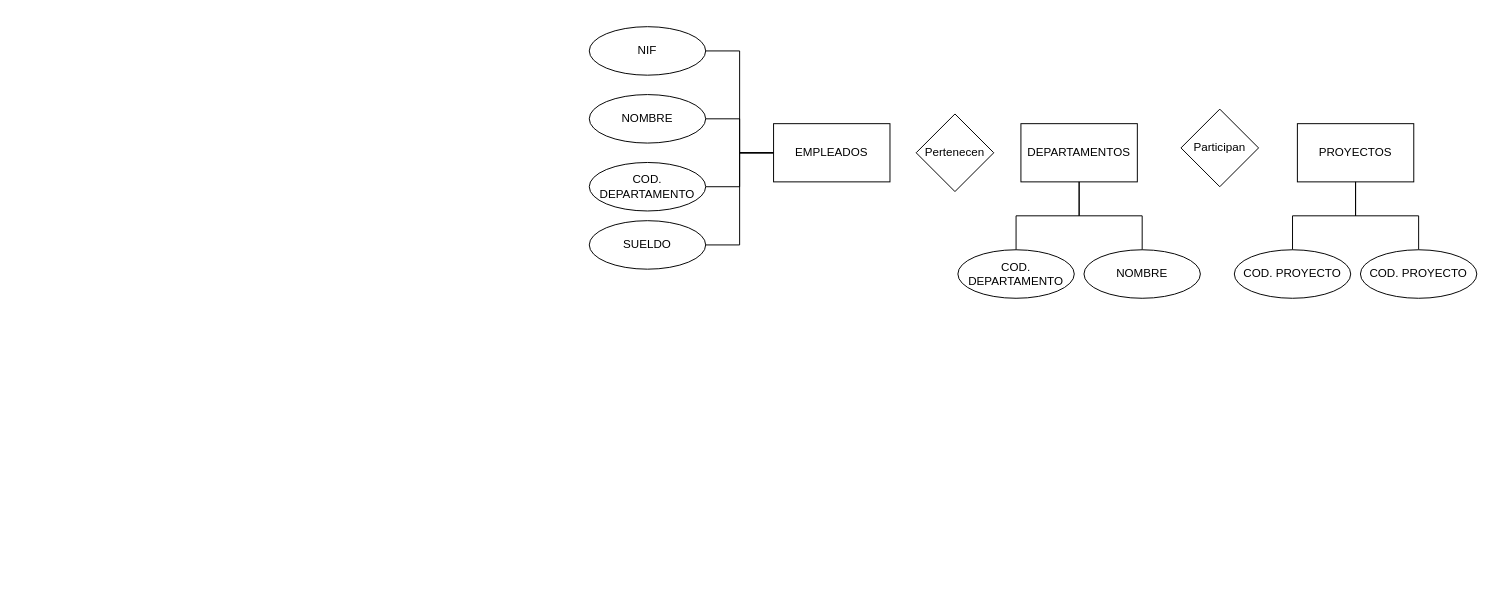
Before: Untitled Diagram.drawio in Fonsy/BBDD2021, a draw.io diagram. Source tidied: cells renumbered, new cells numbered last; positions are measured from the earlier drawing's top-left corner, leaving out a move shared by most shapes. Both pictures are drawn from the tidied source at 97%, with x=0, y=0 at pixel (589, 26).
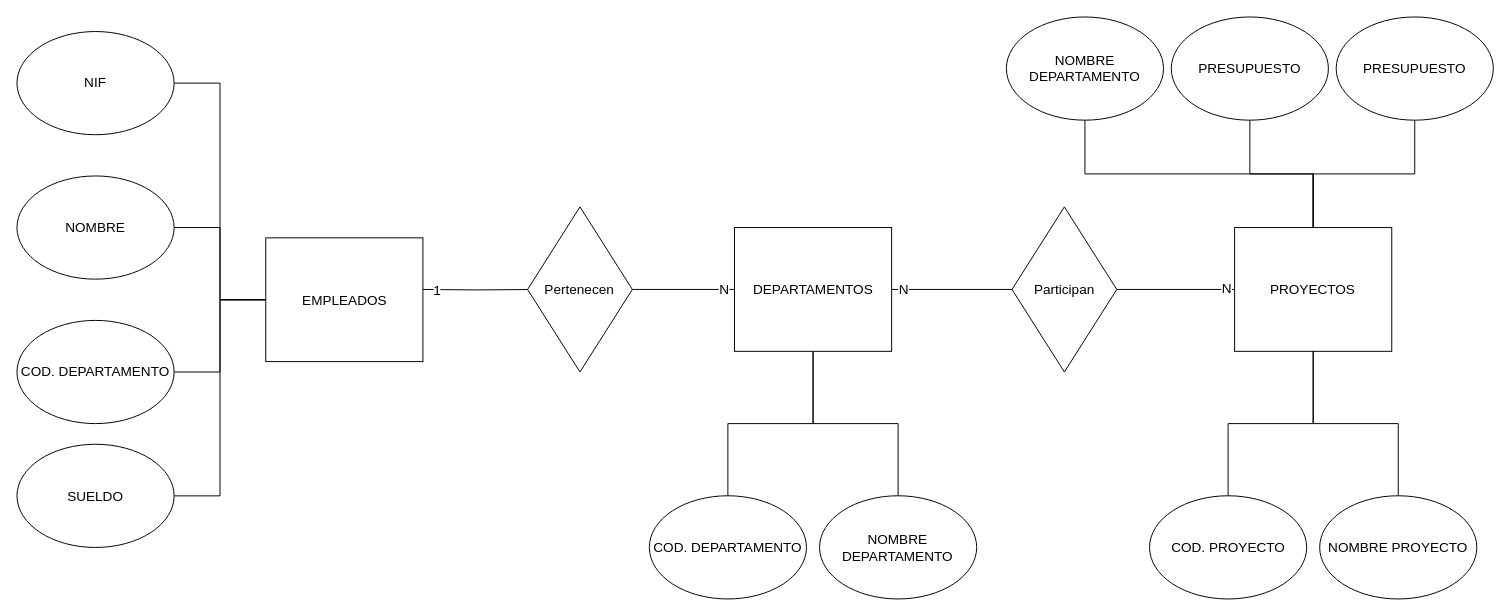
Above is the later version.

Diff of the diagram source:
```diff
@@
-    <mxCell id="2" value="DEPARTAMENTOS" style="rounded=0;whiteSpace=wrap;html=1;" parent="1" vertex="1">
-      <mxGeometry x="445" y="100" width="120" height="60" as="geometry" />
+    <mxCell id="2" value="DEPARTAMENTOS" style="rounded=0;whiteSpace=wrap;html=1;fontSize=14;" parent="1" vertex="1">
+      <mxGeometry x="149.7" y="207.1" width="162" height="127.6" as="geometry" />
     </mxCell>
-    <mxCell id="3" value="PROYECTOS" style="rounded=0;whiteSpace=wrap;html=1;" parent="1" vertex="1">
-      <mxGeometry x="730" y="100" width="120" height="60" as="geometry" />
+    <mxCell id="3" value="PROYECTOS" style="rounded=0;whiteSpace=wrap;html=1;fontSize=14;" parent="1" vertex="1">
+      <mxGeometry x="665.3" y="207.1" width="162" height="127.6" as="geometry" />
     </mxCell>
+    <mxCell id="23" style="edgeStyle=orthogonalEdgeStyle;rounded=0;jettySize=auto;html=1;entryX=0.125;entryY=0.5;entryDx=0;entryDy=0;entryPerimeter=0;endArrow=none;endFill=0;fontSize=14;" parent="1" edge="1" target="22">
+      <mxGeometry x="-710" y="145" as="geometry">
+        <mxPoint x="-171.6" y="270.9" as="sourcePoint" />
+      </mxGeometry>
+    </mxCell>
+    <mxCell id="24" value="1" style="edgeLabel;html=1;align=center;verticalAlign=middle;fontSize=14;" parent="23" vertex="1">
+      <mxGeometry x="-0.77" relative="1" as="geometry" />
+    </mxCell>
-    <mxCell id="4" value="EMPLEADOS" style="rounded=0;whiteSpace=wrap;html=1;" parent="1" vertex="1">
-      <mxGeometry x="190" y="100" width="120" height="60" as="geometry" />
+    <mxCell id="4" value="EMPLEADOS" style="rounded=0;whiteSpace=wrap;html=1;fontSize=14;" parent="1" vertex="1">
+      <mxGeometry x="-333.5" y="217.7" width="162" height="127.6" as="geometry" />
     </mxCell>
-    <mxCell id="5" style="edgeStyle=orthogonalEdgeStyle;rounded=0;jettySize=auto;html=1;entryX=0;entryY=0.5;entryDx=0;entryDy=0;endArrow=none;endFill=0;" parent="1" edge="1" source="6" target="4">
-      <mxGeometry relative="1" as="geometry" />
+    <mxCell id="5" style="edgeStyle=orthogonalEdgeStyle;rounded=0;jettySize=auto;html=1;entryX=0;entryY=0.5;entryDx=0;entryDy=0;endArrow=none;endFill=0;fontSize=14;" parent="1" edge="1" source="6" target="4">
+      <mxGeometry x="-710" y="145" as="geometry" />
     </mxCell>
-    <mxCell id="6" value="NIF" style="ellipse;whiteSpace=wrap;html=1;" parent="1" vertex="1">
-      <mxGeometry width="120" height="50" as="geometry" />
+    <mxCell id="6" value="NIF" style="ellipse;whiteSpace=wrap;html=1;fontSize=14;" parent="1" vertex="1">
+      <mxGeometry x="-590" y="5" width="162" height="106.4" as="geometry" />
     </mxCell>
-    <mxCell id="7" style="edgeStyle=orthogonalEdgeStyle;rounded=0;jettySize=auto;html=1;endArrow=none;endFill=0;" parent="1" edge="1" source="8" target="4">
-      <mxGeometry relative="1" as="geometry" />
+    <mxCell id="7" style="edgeStyle=orthogonalEdgeStyle;rounded=0;jettySize=auto;html=1;endArrow=none;endFill=0;fontSize=14;" parent="1" edge="1" source="8" target="4">
+      <mxGeometry x="-710" y="145" as="geometry" />
     </mxCell>
-    <mxCell id="8" value="NOMBRE" style="ellipse;whiteSpace=wrap;html=1;" parent="1" vertex="1">
-      <mxGeometry y="70" width="120" height="50" as="geometry" />
+    <mxCell id="8" value="NOMBRE" style="ellipse;whiteSpace=wrap;html=1;fontSize=14;" parent="1" vertex="1">
+      <mxGeometry x="-590" y="153.9" width="162" height="106.4" as="geometry" />
     </mxCell>
-    <mxCell id="9" style="edgeStyle=orthogonalEdgeStyle;rounded=0;jettySize=auto;html=1;endArrow=none;endFill=0;" parent="1" edge="1" source="10" target="4">
-      <mxGeometry relative="1" as="geometry" />
+    <mxCell id="9" style="edgeStyle=orthogonalEdgeStyle;rounded=0;jettySize=auto;html=1;endArrow=none;endFill=0;fontSize=14;" parent="1" edge="1" source="10" target="4">
+      <mxGeometry x="-710" y="145" as="geometry" />
     </mxCell>
-    <mxCell id="10" value="COD. DEPARTAMENTO" style="ellipse;whiteSpace=wrap;html=1;" parent="1" vertex="1">
-      <mxGeometry y="140" width="120" height="50" as="geometry" />
+    <mxCell id="10" value="COD. DEPARTAMENTO" style="ellipse;whiteSpace=wrap;html=1;fontSize=14;" parent="1" vertex="1">
+      <mxGeometry x="-590" y="302.8" width="162" height="106.4" as="geometry" />
     </mxCell>
-    <mxCell id="11" style="edgeStyle=orthogonalEdgeStyle;rounded=0;jettySize=auto;html=1;entryX=0;entryY=0.5;entryDx=0;entryDy=0;endArrow=none;endFill=0;" parent="1" edge="1" source="12" target="4">
-      <mxGeometry relative="1" as="geometry" />
+    <mxCell id="11" style="edgeStyle=orthogonalEdgeStyle;rounded=0;jettySize=auto;html=1;entryX=0;entryY=0.5;entryDx=0;entryDy=0;endArrow=none;endFill=0;fontSize=14;" parent="1" edge="1" source="12" target="4">
+      <mxGeometry x="-710" y="145" as="geometry" />
     </mxCell>
-    <mxCell id="12" value="SUELDO" style="ellipse;whiteSpace=wrap;html=1;" parent="1" vertex="1">
-      <mxGeometry y="200" width="120" height="50" as="geometry" />
+    <mxCell id="12" value="SUELDO" style="ellipse;whiteSpace=wrap;html=1;fontSize=14;" parent="1" vertex="1">
+      <mxGeometry x="-590" y="430.5" width="162" height="106.4" as="geometry" />
     </mxCell>
-    <mxCell id="13" style="edgeStyle=orthogonalEdgeStyle;rounded=0;jettySize=auto;html=1;entryX=0.5;entryY=1;entryDx=0;entryDy=0;endArrow=none;endFill=0;" parent="1" edge="1" source="14" target="2">
-      <mxGeometry relative="1" as="geometry" />
+    <mxCell id="13" style="edgeStyle=orthogonalEdgeStyle;rounded=0;jettySize=auto;html=1;entryX=0.5;entryY=1;entryDx=0;entryDy=0;endArrow=none;endFill=0;fontSize=14;" parent="1" edge="1" source="14" target="2">
+      <mxGeometry x="-710" y="145" as="geometry" />
     </mxCell>
-    <mxCell id="14" value="COD. DEPARTAMENTO" style="ellipse;whiteSpace=wrap;html=1;" parent="1" vertex="1">
-      <mxGeometry x="380" y="230" width="120" height="50" as="geometry" />
+    <mxCell id="14" value="COD. DEPARTAMENTO" style="ellipse;whiteSpace=wrap;html=1;fontSize=14;" parent="1" vertex="1">
+      <mxGeometry x="61.9" y="483.6" width="162" height="106.4" as="geometry" />
     </mxCell>
-    <mxCell id="15" style="edgeStyle=orthogonalEdgeStyle;rounded=0;jettySize=auto;html=1;entryX=0.5;entryY=1;entryDx=0;entryDy=0;endArrow=none;endFill=0;" parent="1" edge="1" source="16" target="2">
-      <mxGeometry relative="1" as="geometry" />
+    <mxCell id="15" style="edgeStyle=orthogonalEdgeStyle;rounded=0;jettySize=auto;html=1;entryX=0.5;entryY=1;entryDx=0;entryDy=0;endArrow=none;endFill=0;fontSize=14;" parent="1" edge="1" source="16" target="2">
+      <mxGeometry x="-710" y="145" as="geometry" />
     </mxCell>
-    <mxCell id="16" value="NOMBRE" style="ellipse;whiteSpace=wrap;html=1;" parent="1" vertex="1">
-      <mxGeometry x="510" y="230" width="120" height="50" as="geometry" />
+    <mxCell id="16" value="NOMBRE DEPARTAMENTO" style="ellipse;whiteSpace=wrap;html=1;fontSize=14;" parent="1" vertex="1">
+      <mxGeometry x="237.4" y="483.6" width="162" height="106.4" as="geometry" />
     </mxCell>
-    <mxCell id="17" style="edgeStyle=orthogonalEdgeStyle;rounded=0;jettySize=auto;html=1;entryX=0.5;entryY=1;entryDx=0;entryDy=0;endArrow=none;endFill=0;" parent="1" edge="1" source="18" target="3">
-      <mxGeometry relative="1" as="geometry" />
+    <mxCell id="17" style="edgeStyle=orthogonalEdgeStyle;rounded=0;jettySize=auto;html=1;entryX=0.5;entryY=1;entryDx=0;entryDy=0;endArrow=none;endFill=0;fontSize=14;" parent="1" edge="1" source="18" target="3">
+      <mxGeometry x="-710" y="145" as="geometry" />
     </mxCell>
-    <mxCell id="18" value="COD. PROYECTO" style="ellipse;whiteSpace=wrap;html=1;" parent="1" vertex="1">
-      <mxGeometry x="665" y="230" width="120" height="50" as="geometry" />
+    <mxCell id="18" value="COD. PROYECTO" style="ellipse;whiteSpace=wrap;html=1;fontSize=14;" parent="1" vertex="1">
+      <mxGeometry x="577.6" y="483.6" width="162" height="106.4" as="geometry" />
     </mxCell>
-    <mxCell id="19" style="edgeStyle=orthogonalEdgeStyle;rounded=0;jettySize=auto;html=1;endArrow=none;endFill=0;" parent="1" edge="1" source="20" target="3">
-      <mxGeometry relative="1" as="geometry" />
+    <mxCell id="19" style="edgeStyle=orthogonalEdgeStyle;rounded=0;jettySize=auto;html=1;endArrow=none;endFill=0;fontSize=14;" parent="1" edge="1" source="20" target="3">
+      <mxGeometry x="-710" y="145" as="geometry" />
     </mxCell>
-    <mxCell id="20" value="COD. PROYECTO" style="ellipse;whiteSpace=wrap;html=1;" parent="1" vertex="1">
-      <mxGeometry x="795" y="230" width="120" height="50" as="geometry" />
+    <mxCell id="20" value="NOMBRE PROYECTO" style="ellipse;whiteSpace=wrap;html=1;fontSize=14;" parent="1" vertex="1">
+      <mxGeometry x="753" y="483.6" width="162" height="106.4" as="geometry" />
     </mxCell>
+    <mxCell id="25" style="edgeStyle=orthogonalEdgeStyle;rounded=0;jettySize=auto;html=1;entryX=0;entryY=0.5;entryDx=0;entryDy=0;endArrow=none;endFill=0;fontSize=14;" parent="1" edge="1" source="21" target="3">
+      <mxGeometry x="-710" y="145" as="geometry" />
+    </mxCell>
+    <mxCell id="26" value="N" style="edgeLabel;html=1;align=center;verticalAlign=middle;fontSize=14;" parent="25" vertex="1">
+      <mxGeometry x="0.86" y="1" relative="1" as="geometry" />
+    </mxCell>
-    <mxCell id="21" value="Participan" style="rhombus;whiteSpace=wrap;html=1;" parent="1" vertex="1">
-      <mxGeometry x="610" y="85" width="80" height="80" as="geometry" />
+    <mxCell id="21" value="Participan" style="rhombus;whiteSpace=wrap;html=1;fontSize=14;" parent="1" vertex="1">
+      <mxGeometry x="435.8" y="185.8" width="108" height="170.2" as="geometry" />
     </mxCell>
+    <mxCell id="27" style="edgeStyle=orthogonalEdgeStyle;rounded=0;jettySize=auto;html=1;entryX=0;entryY=0.5;entryDx=0;entryDy=0;endArrow=none;endFill=0;fontSize=14;" parent="1" edge="1" source="2" target="21">
+      <mxGeometry x="-710" y="145" as="geometry" />
+    </mxCell>
+    <mxCell id="28" value="N" style="edgeLabel;html=1;align=center;verticalAlign=middle;fontSize=14;" parent="27" vertex="1">
+      <mxGeometry x="-0.8" relative="1" as="geometry" />
+    </mxCell>
-    <mxCell id="22" value="Pertenecen" style="rhombus;whiteSpace=wrap;html=1;" parent="1" vertex="1">
-      <mxGeometry x="337" y="90" width="80" height="80" as="geometry" />
+    <mxCell id="22" value="Pertenecen" style="rhombus;whiteSpace=wrap;html=1;fontSize=14;" parent="1" vertex="1">
+      <mxGeometry x="-63.6" y="185.8" width="108" height="170.2" as="geometry" />
     </mxCell>
+    <mxCell id="29" style="edgeStyle=orthogonalEdgeStyle;rounded=0;jettySize=auto;html=1;entryX=1;entryY=0.5;entryDx=0;entryDy=0;endArrow=none;endFill=0;fontSize=14;" parent="1" edge="1" source="2" target="22">
+      <mxGeometry x="-710" y="145" as="geometry" />
+    </mxCell>
+    <mxCell id="30" value="N" style="edgeLabel;html=1;align=center;verticalAlign=middle;fontSize=14;" parent="29" vertex="1">
+      <mxGeometry x="-0.8" relative="1" as="geometry" />
+    </mxCell>
+    <mxCell id="31" style="edgeStyle=orthogonalEdgeStyle;rounded=0;jettySize=auto;html=1;fontSize=14;endArrow=none;endFill=0;exitX=0.5;exitY=1;exitDx=0;exitDy=0;" parent="1" edge="1" source="32" target="3">
+      <mxGeometry relative="1" as="geometry" />
+    </mxCell>
+    <mxCell id="32" value="NOMBRE DEPARTAMENTO" style="ellipse;whiteSpace=wrap;html=1;fontSize=14;" parent="1" vertex="1">
+      <mxGeometry x="430" y="-10" width="162" height="106.4" as="geometry" />
+    </mxCell>
+    <mxCell id="33" style="edgeStyle=orthogonalEdgeStyle;rounded=0;jettySize=auto;html=1;entryX=0.5;entryY=0;entryDx=0;entryDy=0;fontSize=14;endArrow=none;endFill=0;" parent="1" edge="1" source="34" target="3">
+      <mxGeometry relative="1" as="geometry" />
+    </mxCell>
+    <mxCell id="34" value="PRESUPUESTO" style="ellipse;whiteSpace=wrap;html=1;fontSize=14;" parent="1" vertex="1">
+      <mxGeometry x="600" y="-10" width="162" height="106.4" as="geometry" />
+    </mxCell>
+    <mxCell id="35" style="edgeStyle=orthogonalEdgeStyle;rounded=0;jettySize=auto;html=1;entryX=0.5;entryY=0;entryDx=0;entryDy=0;fontSize=14;endArrow=none;endFill=0;" parent="1" edge="1" source="36" target="3">
+      <mxGeometry relative="1" as="geometry" />
+    </mxCell>
+    <mxCell id="36" value="PRESUPUESTO" style="ellipse;whiteSpace=wrap;html=1;fontSize=14;" parent="1" vertex="1">
+      <mxGeometry x="770" y="-10" width="162" height="106.4" as="geometry" />
+    </mxCell>
```
